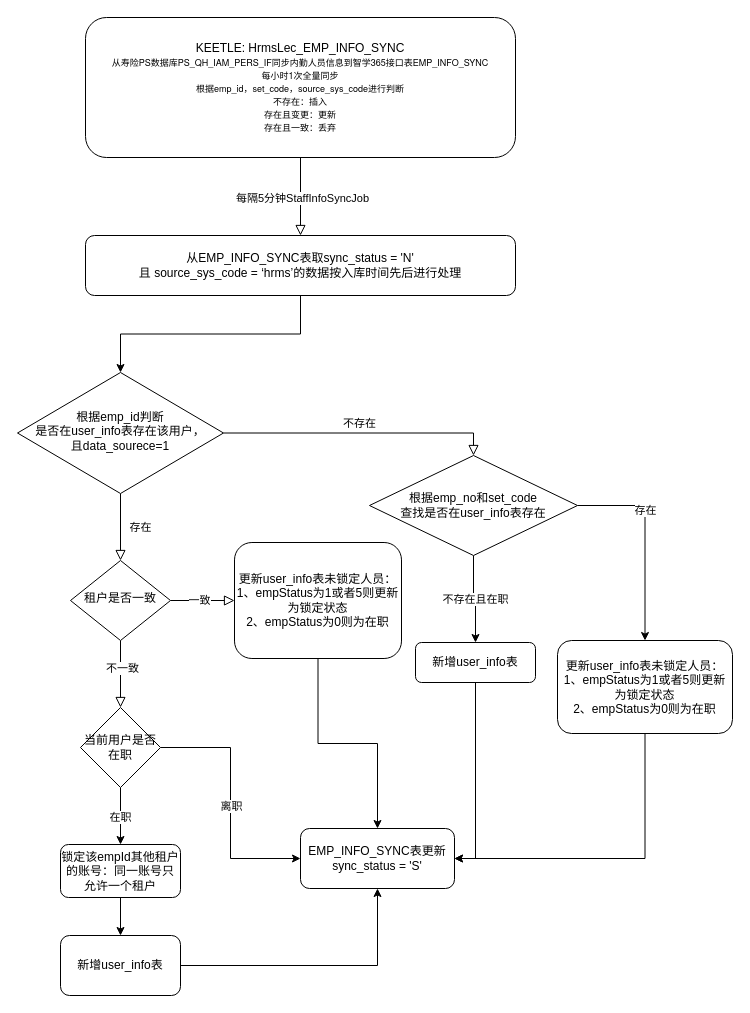
Before: 人员信息同步.drawio in rainerpiao/cloud-computing, a draw.io diagram. Source tidied: cells renumbered, new cells numbered last; positions are measured from the earlier drawing's top-left corner, leaving out a move shared by most shapes. Both pictures are drawn from the tidied source at 100%, with x=0, y=0 at pixel (17, 17).
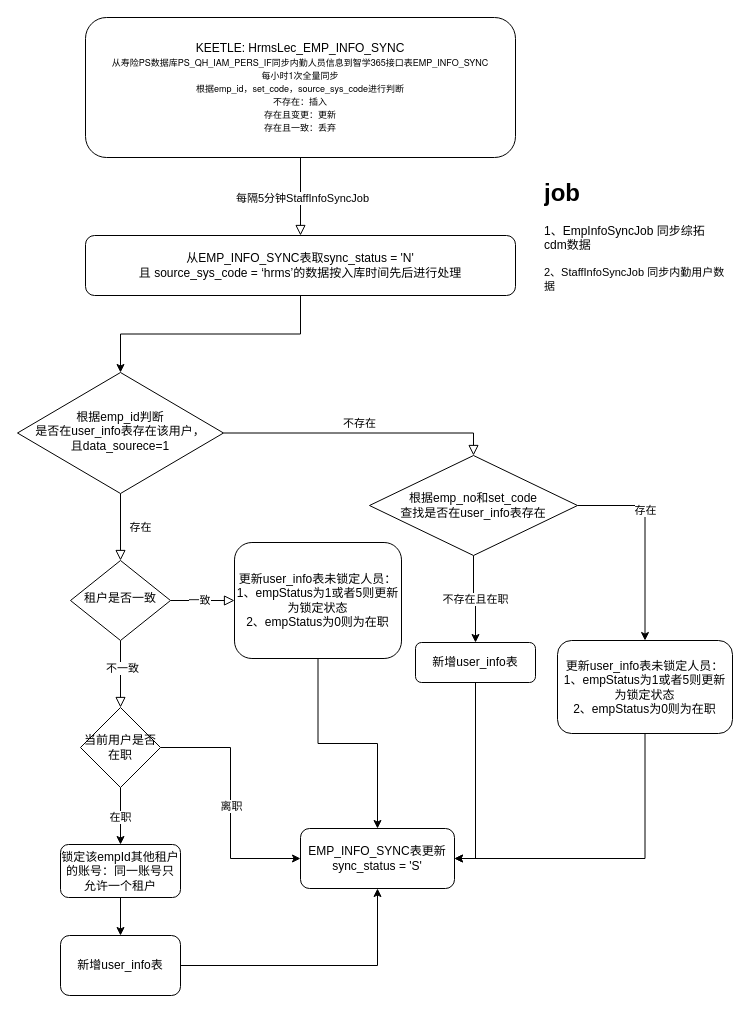
After the change.

Commit message (it also covers changes not shown here):
Update 人员信息同步.drawio

Change to the diagram source:
```diff
@@
+    <mxCell id="35" value="&lt;h1&gt;job&lt;/h1&gt;&lt;p&gt;1、EmpInfoSyncJob 同步综拓cdm数据&lt;/p&gt;&lt;span style=&quot;font-size: 11px ; text-align: center ; background-color: rgb(255 , 255 , 255)&quot;&gt;2、StaffInfoSyncJob 同步内勤用户数据&lt;/span&gt;" style="text;html=1;strokeColor=none;fillColor=none;spacing=5;spacingTop=-20;whiteSpace=wrap;overflow=hidden;rounded=0;" parent="1" vertex="1">
+      <mxGeometry x="522" y="156" width="190" height="154" as="geometry" />
+    </mxCell>
```
